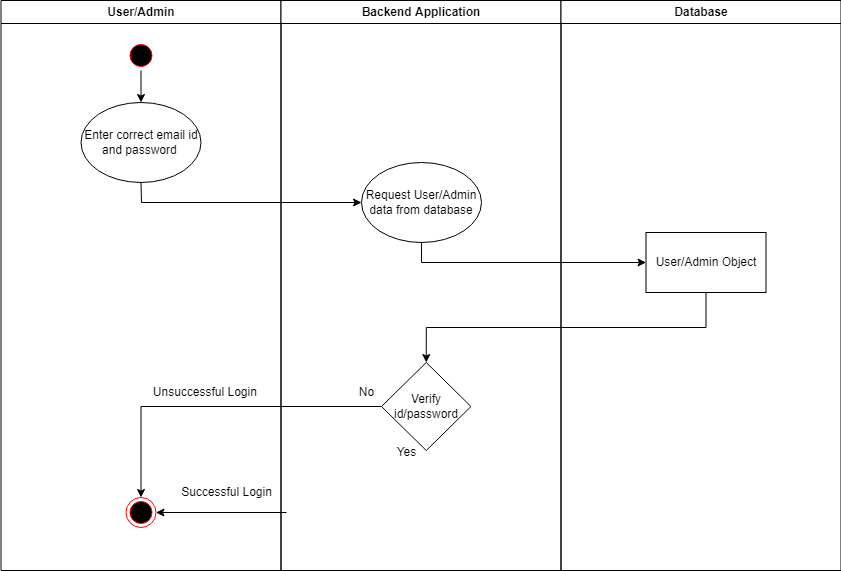
This is Activity Diagram/Login.png from mohitleo03/Software-Engineering-Project-Management, a draw.io export, as it was before one commit. Source tidied: cells renumbered, new cells last; positions are measured from the earlier drawing's top-left corner, leaving out a move shared by most shapes.
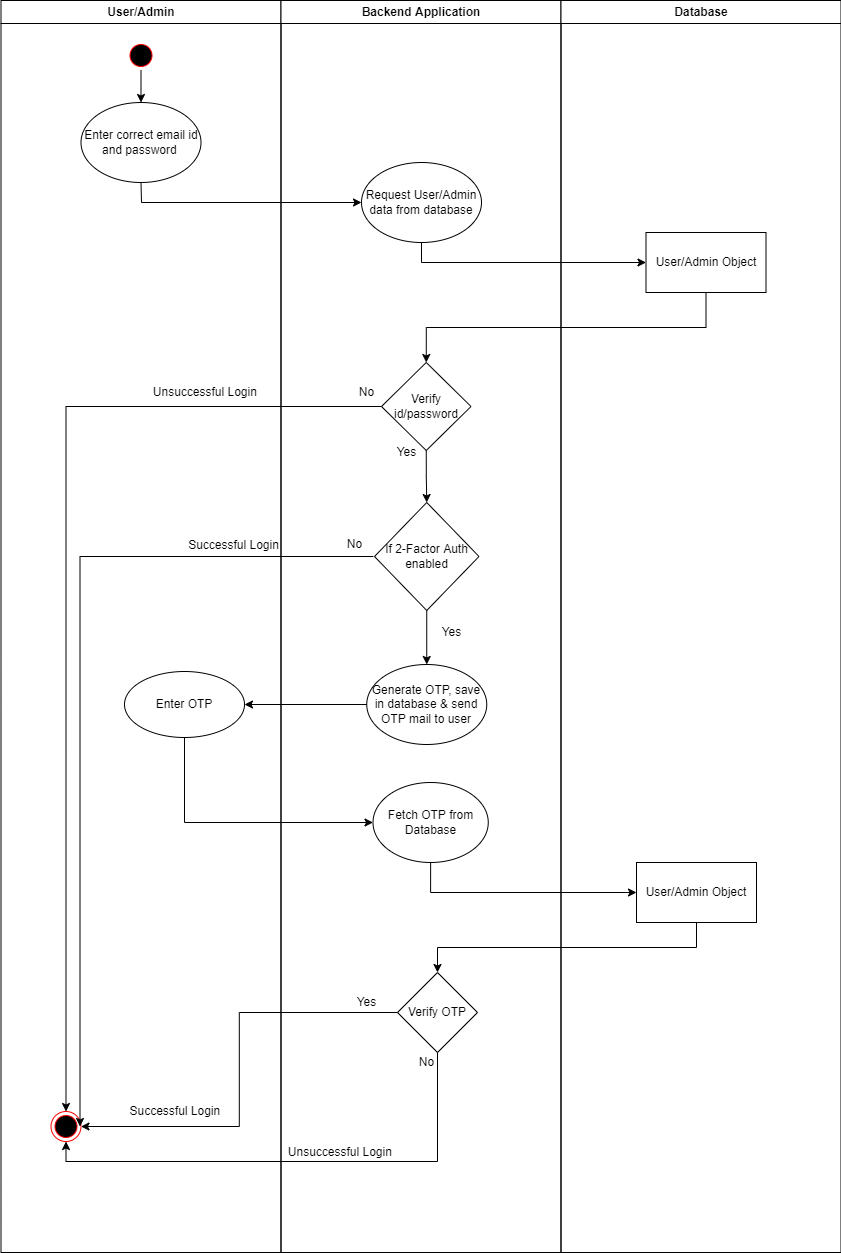
After the commit.

Commit message:
Login Activity Diagram

The edit, as a diff of the source:
```diff
@@ -3,7 +3,7 @@
     <mxCell id="0" />
     <mxCell id="1" parent="0" />
     <mxCell id="2" value="User/Admin" style="swimlane;whiteSpace=wrap;" parent="1" vertex="1">
-      <mxGeometry x="0.5" width="280" height="570" as="geometry" />
+      <mxGeometry x="0.5" width="280" height="1252" as="geometry" />
     </mxCell>
     <mxCell id="3" style="edgeStyle=orthogonalEdgeStyle;rounded=0;jettySize=auto;html=1;exitX=0.5;exitY=1;exitDx=0;exitDy=0;entryX=0.5;entryY=0;entryDx=0;entryDy=0;fontSize=12;" parent="2" edge="1" source="4" target="5">
       <mxGeometry relative="1" as="geometry" />
@@ -15,20 +15,29 @@
       <mxGeometry x="80" y="102" width="120" height="80" as="geometry" />
     </mxCell>
     <mxCell id="6" style="ellipse;shape=endState;fillColor=#000000;strokeColor=#ff0000;" parent="2" vertex="1">
-      <mxGeometry x="125" y="497" width="30" height="30" as="geometry" />
+      <mxGeometry x="50" y="1111" width="30" height="30" as="geometry" />
     </mxCell>
     <mxCell id="7" value="Unsuccessful Login&amp;nbsp;" style="text;html=1;align=center;verticalAlign=middle;strokeColor=none;fillColor=none;fontSize=12;" parent="2" vertex="1">
       <mxGeometry x="145.5" y="382" width="120" height="20" as="geometry" />
     </mxCell>
     <mxCell id="8" value="Successful Login" style="text;html=1;align=center;verticalAlign=middle;strokeColor=none;fillColor=none;fontSize=12;" parent="2" vertex="1">
-      <mxGeometry x="170" y="482" width="110" height="20" as="geometry" />
+      <mxGeometry x="177" y="535" width="110" height="20" as="geometry" />
     </mxCell>
+    <mxCell id="21" value="Enter OTP" style="ellipse;whiteSpace=wrap;html=1;" parent="2" vertex="1">
+      <mxGeometry x="123.5" y="671" width="120" height="66" as="geometry" />
+    </mxCell>
+    <mxCell id="22" value="Successful Login&amp;nbsp;" style="text;html=1;align=center;verticalAlign=middle;strokeColor=none;fillColor=none;fontSize=12;" parent="2" vertex="1">
+      <mxGeometry x="120.5" y="1101" width="110" height="20" as="geometry" />
+    </mxCell>
     <mxCell id="9" value="Backend Application" style="swimlane;whiteSpace=wrap;" parent="1" vertex="1">
-      <mxGeometry x="280.5" width="280" height="570" as="geometry" />
+      <mxGeometry x="280.5" width="280" height="1252" as="geometry" />
     </mxCell>
     <mxCell id="10" value="Request User/Admin data from database" style="ellipse;whiteSpace=wrap;html=1;" parent="9" vertex="1">
       <mxGeometry x="80.5" y="162" width="120" height="80" as="geometry" />
     </mxCell>
+    <mxCell id="23" style="edgeStyle=orthogonalEdgeStyle;rounded=0;jettySize=auto;html=1;exitX=0.5;exitY=1;exitDx=0;exitDy=0;entryX=0.5;entryY=0;entryDx=0;entryDy=0;" parent="9" edge="1" source="11" target="24">
+      <mxGeometry relative="1" as="geometry" />
+    </mxCell>
     <mxCell id="11" value="&lt;font style=&quot;font-size: 12px&quot;&gt;Verify id/password&lt;/font&gt;" style="rhombus;whiteSpace=wrap;html=1;" parent="9" vertex="1">
       <mxGeometry x="100.5" y="362" width="89.5" height="88" as="geometry" />
     </mxCell>
@@ -38,12 +47,36 @@
     <mxCell id="13" value="Yes" style="text;html=1;align=center;verticalAlign=middle;strokeColor=none;fillColor=none;fontSize=12;" parent="9" vertex="1">
       <mxGeometry x="110.5" y="442" width="30" height="20" as="geometry" />
     </mxCell>
+    <mxCell id="24" value="If 2-Factor Auth enabled" style="rhombus;whiteSpace=wrap;html=1;" parent="9" vertex="1">
+      <mxGeometry x="93.5" y="502" width="104.5" height="108" as="geometry" />
+    </mxCell>
+    <mxCell id="25" value="Yes" style="text;html=1;align=center;verticalAlign=middle;strokeColor=none;fillColor=none;" parent="9" vertex="1">
+      <mxGeometry x="155.5" y="622" width="30" height="20" as="geometry" />
+    </mxCell>
+    <mxCell id="26" value="Generate OTP, save in database &amp;amp; send OTP mail to user" style="ellipse;whiteSpace=wrap;html=1;" parent="9" vertex="1">
+      <mxGeometry x="85.8" y="664" width="120" height="80" as="geometry" />
+    </mxCell>
+    <mxCell id="27" style="edgeStyle=orthogonalEdgeStyle;rounded=0;jettySize=auto;html=1;exitX=0.5;exitY=1;exitDx=0;exitDy=0;entryX=0.5;entryY=0;entryDx=0;entryDy=0;" parent="9" edge="1" source="24" target="26">
+      <mxGeometry relative="1" as="geometry" />
+    </mxCell>
+    <mxCell id="28" value="Fetch OTP from Database" style="ellipse;whiteSpace=wrap;html=1;" parent="9" vertex="1">
+      <mxGeometry x="92" y="782" width="115.2" height="80" as="geometry" />
+    </mxCell>
+    <mxCell id="29" value="Verify OTP" style="rhombus;whiteSpace=wrap;html=1;" parent="9" vertex="1">
+      <mxGeometry x="116.5" y="972" width="80" height="80" as="geometry" />
+    </mxCell>
+    <mxCell id="30" value="Unsuccessful Login&amp;nbsp;" style="text;html=1;align=center;verticalAlign=middle;strokeColor=none;fillColor=none;fontSize=12;" parent="9" vertex="1">
+      <mxGeometry y="1142" width="120" height="20" as="geometry" />
+    </mxCell>
     <mxCell id="14" value="Database" style="swimlane;whiteSpace=wrap;" parent="1" vertex="1">
-      <mxGeometry x="560.5" width="280" height="570" as="geometry" />
+      <mxGeometry x="560.5" width="280" height="1252" as="geometry" />
     </mxCell>
     <mxCell id="15" value="User/Admin Object" style="rounded=0;whiteSpace=wrap;html=1;" parent="14" vertex="1">
       <mxGeometry x="85" y="232" width="120" height="60" as="geometry" />
     </mxCell>
+    <mxCell id="31" value="User/Admin Object" style="rounded=0;whiteSpace=wrap;html=1;" parent="14" vertex="1">
+      <mxGeometry x="75.5" y="862" width="120" height="60" as="geometry" />
+    </mxCell>
     <mxCell id="16" style="endArrow=classic;html=1;rounded=0;exitX=0.5;exitY=1;exitDx=0;exitDy=0;entryX=0;entryY=0.5;entryDx=0;entryDy=0;" parent="1" edge="1" source="5" target="10">
       <mxGeometry relative="1" as="geometry">
         <Array as="points">
@@ -60,10 +93,42 @@
     <mxCell id="19" style="edgeStyle=orthogonalEdgeStyle;rounded=0;jettySize=auto;html=1;exitX=0;exitY=0.5;exitDx=0;exitDy=0;fontSize=12;entryX=0.5;entryY=0;entryDx=0;entryDy=0;" parent="1" edge="1" source="11" target="6">
       <mxGeometry relative="1" as="geometry" />
     </mxCell>
-    <mxCell id="20" style="edgeStyle=orthogonalEdgeStyle;rounded=0;jettySize=auto;html=1;exitX=0;exitY=0.5;exitDx=0;exitDy=0;entryX=1;entryY=0.5;entryDx=0;entryDy=0;fontSize=12;" parent="1" edge="1" target="6">
-      <mxGeometry relative="1" as="geometry">
-        <mxPoint x="286" y="512" as="sourcePoint" />
-      </mxGeometry>
-    </mxCell>
+    <mxCell id="32" value="No" style="text;html=1;align=center;verticalAlign=middle;strokeColor=none;fillColor=none;" parent="1" vertex="1">
+      <mxGeometry x="339" y="534" width="30" height="20" as="geometry" />
+    </mxCell>
+    <mxCell id="33" style="edgeStyle=orthogonalEdgeStyle;rounded=0;jettySize=auto;html=1;exitX=0;exitY=0.5;exitDx=0;exitDy=0;entryX=1;entryY=0.5;entryDx=0;entryDy=0;" parent="1" edge="1" source="26" target="21">
+      <mxGeometry relative="1" as="geometry" />
+    </mxCell>
+    <mxCell id="34" style="edgeStyle=orthogonalEdgeStyle;rounded=0;jettySize=auto;html=1;exitX=0.5;exitY=1;exitDx=0;exitDy=0;entryX=0;entryY=0.5;entryDx=0;entryDy=0;" parent="1" edge="1" source="21" target="28">
+      <mxGeometry relative="1" as="geometry">
+        <Array as="points">
+          <mxPoint x="184" y="822" />
+        </Array>
+      </mxGeometry>
+    </mxCell>
+    <mxCell id="35" style="edgeStyle=orthogonalEdgeStyle;rounded=0;jettySize=auto;html=1;exitX=0.5;exitY=1;exitDx=0;exitDy=0;entryX=0;entryY=0.5;entryDx=0;entryDy=0;" parent="1" edge="1" source="28" target="31">
+      <mxGeometry relative="1" as="geometry" />
+    </mxCell>
+    <mxCell id="36" style="edgeStyle=orthogonalEdgeStyle;rounded=0;jettySize=auto;html=1;exitX=0.5;exitY=1;exitDx=0;exitDy=0;entryX=0.5;entryY=0;entryDx=0;entryDy=0;" parent="1" edge="1" source="31" target="29">
+      <mxGeometry relative="1" as="geometry" />
+    </mxCell>
+    <mxCell id="37" style="edgeStyle=orthogonalEdgeStyle;rounded=0;orthogonalLoop=1;jettySize=auto;html=1;exitX=0;exitY=0.5;exitDx=0;exitDy=0;entryX=1;entryY=0.5;entryDx=0;entryDy=0;" parent="1" edge="1">
+      <mxGeometry relative="1" as="geometry">
+        <mxPoint x="373" y="556" as="sourcePoint" />
+        <mxPoint x="79.5" y="1126" as="targetPoint" />
+      </mxGeometry>
+    </mxCell>
+    <mxCell id="38" style="edgeStyle=orthogonalEdgeStyle;rounded=0;jettySize=auto;html=1;exitX=0;exitY=0.5;exitDx=0;exitDy=0;entryX=1;entryY=0.5;entryDx=0;entryDy=0;" parent="1" edge="1" source="29" target="6">
+      <mxGeometry relative="1" as="geometry" />
+    </mxCell>
+    <mxCell id="39" style="edgeStyle=orthogonalEdgeStyle;rounded=0;jettySize=auto;html=1;exitX=0.5;exitY=1;exitDx=0;exitDy=0;entryX=0.5;entryY=1;entryDx=0;entryDy=0;" parent="1" edge="1" source="29" target="6">
+      <mxGeometry relative="1" as="geometry" />
+    </mxCell>
+    <mxCell id="40" value="Yes" style="text;html=1;align=center;verticalAlign=middle;strokeColor=none;fillColor=none;" parent="1" vertex="1">
+      <mxGeometry x="351" y="992" width="30" height="20" as="geometry" />
+    </mxCell>
+    <mxCell id="41" value="No" style="text;html=1;align=center;verticalAlign=middle;strokeColor=none;fillColor=none;" parent="1" vertex="1">
+      <mxGeometry x="411" y="1052" width="30" height="20" as="geometry" />
+    </mxCell>
   </root>
 </mxGraphModel>
```
